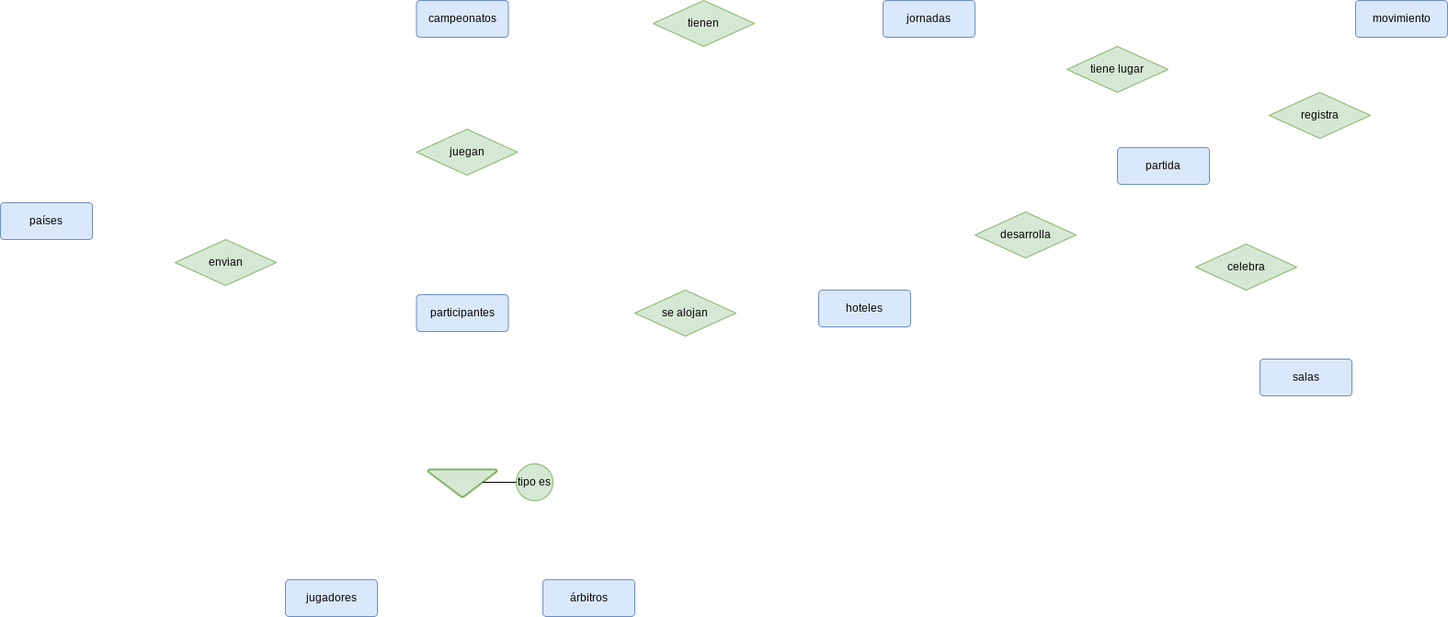
This is Unidad-1/Tareas./Tarea-9 (diagramas)/Club de ajedrez.drawio.png from mdiogc/base-datos, a draw.io export, as it was before one commit. Source tidied: cells renumbered, new cells last; positions are measured from the earlier drawing's top-left corner, leaving out a move shared by most shapes. The source it was exported from:
```xml
<mxGraphModel>
  <root>
    <mxCell id="0" />
    <mxCell id="1" parent="0" />
    <mxCell id="2" value="países" style="rounded=1;arcSize=10;whiteSpace=wrap;html=1;align=center;fillColor=#dae8fc;strokeColor=#6c8ebf;" parent="1" vertex="1">
      <mxGeometry y="220" width="100" height="40" as="geometry" />
    </mxCell>
    <mxCell id="3" value="envian" style="shape=rhombus;perimeter=rhombusPerimeter;whiteSpace=wrap;html=1;align=center;fillColor=#d5e8d4;strokeColor=#82b366;" parent="1" vertex="1">
      <mxGeometry x="190" y="260" width="110" height="50" as="geometry" />
    </mxCell>
    <mxCell id="4" value="jugadores" style="rounded=1;arcSize=10;whiteSpace=wrap;html=1;align=center;fillColor=#dae8fc;strokeColor=#6c8ebf;" parent="1" vertex="1">
      <mxGeometry x="310" y="630" width="100" height="40" as="geometry" />
    </mxCell>
    <mxCell id="5" value="árbitros" style="rounded=1;arcSize=10;whiteSpace=wrap;html=1;align=center;fillColor=#dae8fc;strokeColor=#6c8ebf;" parent="1" vertex="1">
      <mxGeometry x="590" y="630" width="100" height="40" as="geometry" />
    </mxCell>
    <mxCell id="6" value="campeonatos" style="rounded=1;arcSize=10;whiteSpace=wrap;html=1;align=center;fillColor=#dae8fc;strokeColor=#6c8ebf;" parent="1" vertex="1">
      <mxGeometry x="452.5" width="100" height="40" as="geometry" />
    </mxCell>
    <mxCell id="7" style="strokeWidth=2;html=1;shape=mxgraph.flowchart.merge_or_storage;whiteSpace=wrap;fillColor=#d5e8d4;strokeColor=#82b366;" parent="1" vertex="1">
      <mxGeometry x="465" y="510" width="75" height="30" as="geometry" />
    </mxCell>
    <mxCell id="8" value="tipo es" style="ellipse;whiteSpace=wrap;html=1;fillColor=#d5e8d4;strokeColor=#82b366;" parent="1" vertex="1">
      <mxGeometry x="561" y="504" width="40" height="40" as="geometry" />
    </mxCell>
    <mxCell id="9" style="edgeStyle=orthogonalEdgeStyle;rounded=0;jettySize=auto;html=1;exitX=0;exitY=0.5;exitDx=0;exitDy=0;entryX=0.795;entryY=0.483;entryDx=0;entryDy=0;entryPerimeter=0;endArrow=none;endFill=0;" parent="1" edge="1" source="8" target="7">
      <mxGeometry relative="1" as="geometry" />
    </mxCell>
    <mxCell id="10" value="participantes" style="rounded=1;arcSize=10;whiteSpace=wrap;html=1;align=center;fillColor=#dae8fc;strokeColor=#6c8ebf;" parent="1" vertex="1">
      <mxGeometry x="452.5" y="320" width="100" height="40" as="geometry" />
    </mxCell>
    <mxCell id="11" value="hoteles" style="rounded=1;arcSize=10;whiteSpace=wrap;html=1;align=center;fillColor=#dae8fc;strokeColor=#6c8ebf;" parent="1" vertex="1">
      <mxGeometry x="890" y="315" width="100" height="40" as="geometry" />
    </mxCell>
    <mxCell id="12" value="partida" style="rounded=1;arcSize=10;whiteSpace=wrap;html=1;align=center;fillColor=#dae8fc;strokeColor=#6c8ebf;" parent="1" vertex="1">
      <mxGeometry x="1215" y="160" width="100" height="40" as="geometry" />
    </mxCell>
    <mxCell id="13" value="salas" style="rounded=1;arcSize=10;whiteSpace=wrap;html=1;align=center;fillColor=#dae8fc;strokeColor=#6c8ebf;" parent="1" vertex="1">
      <mxGeometry x="1370" y="390" width="100" height="40" as="geometry" />
    </mxCell>
    <mxCell id="14" value="movimiento" style="rounded=1;arcSize=10;whiteSpace=wrap;html=1;align=center;fillColor=#dae8fc;strokeColor=#6c8ebf;" parent="1" vertex="1">
      <mxGeometry x="1474" width="100" height="40" as="geometry" />
    </mxCell>
    <mxCell id="15" value="jornadas" style="rounded=1;arcSize=10;whiteSpace=wrap;html=1;align=center;fillColor=#dae8fc;strokeColor=#6c8ebf;" parent="1" vertex="1">
      <mxGeometry x="960" width="100" height="40" as="geometry" />
    </mxCell>
    <mxCell id="16" value="juegan" style="shape=rhombus;perimeter=rhombusPerimeter;whiteSpace=wrap;html=1;align=center;fillColor=#d5e8d4;strokeColor=#82b366;" parent="1" vertex="1">
      <mxGeometry x="452.5" y="140" width="110" height="50" as="geometry" />
    </mxCell>
    <mxCell id="17" value="tienen" style="shape=rhombus;perimeter=rhombusPerimeter;whiteSpace=wrap;html=1;align=center;fillColor=#d5e8d4;strokeColor=#82b366;" parent="1" vertex="1">
      <mxGeometry x="710" width="110" height="50" as="geometry" />
    </mxCell>
    <mxCell id="18" value="se alojan" style="shape=rhombus;perimeter=rhombusPerimeter;whiteSpace=wrap;html=1;align=center;fillColor=#d5e8d4;strokeColor=#82b366;" parent="1" vertex="1">
      <mxGeometry x="690" y="315" width="110" height="50" as="geometry" />
    </mxCell>
    <mxCell id="19" value="desarrolla" style="shape=rhombus;perimeter=rhombusPerimeter;whiteSpace=wrap;html=1;align=center;fillColor=#d5e8d4;strokeColor=#82b366;" parent="1" vertex="1">
      <mxGeometry x="1060" y="230" width="110" height="50" as="geometry" />
    </mxCell>
    <mxCell id="20" value="tiene lugar" style="shape=rhombus;perimeter=rhombusPerimeter;whiteSpace=wrap;html=1;align=center;fillColor=#d5e8d4;strokeColor=#82b366;" parent="1" vertex="1">
      <mxGeometry x="1160" y="50" width="110" height="50" as="geometry" />
    </mxCell>
    <mxCell id="21" value="celebra" style="shape=rhombus;perimeter=rhombusPerimeter;whiteSpace=wrap;html=1;align=center;fillColor=#d5e8d4;strokeColor=#82b366;" parent="1" vertex="1">
      <mxGeometry x="1300" y="265" width="110" height="50" as="geometry" />
    </mxCell>
    <mxCell id="22" value="registra" style="shape=rhombus;perimeter=rhombusPerimeter;whiteSpace=wrap;html=1;align=center;fillColor=#d5e8d4;strokeColor=#82b366;" parent="1" vertex="1">
      <mxGeometry x="1380" y="100" width="110" height="50" as="geometry" />
    </mxCell>
  </root>
</mxGraphModel>
```
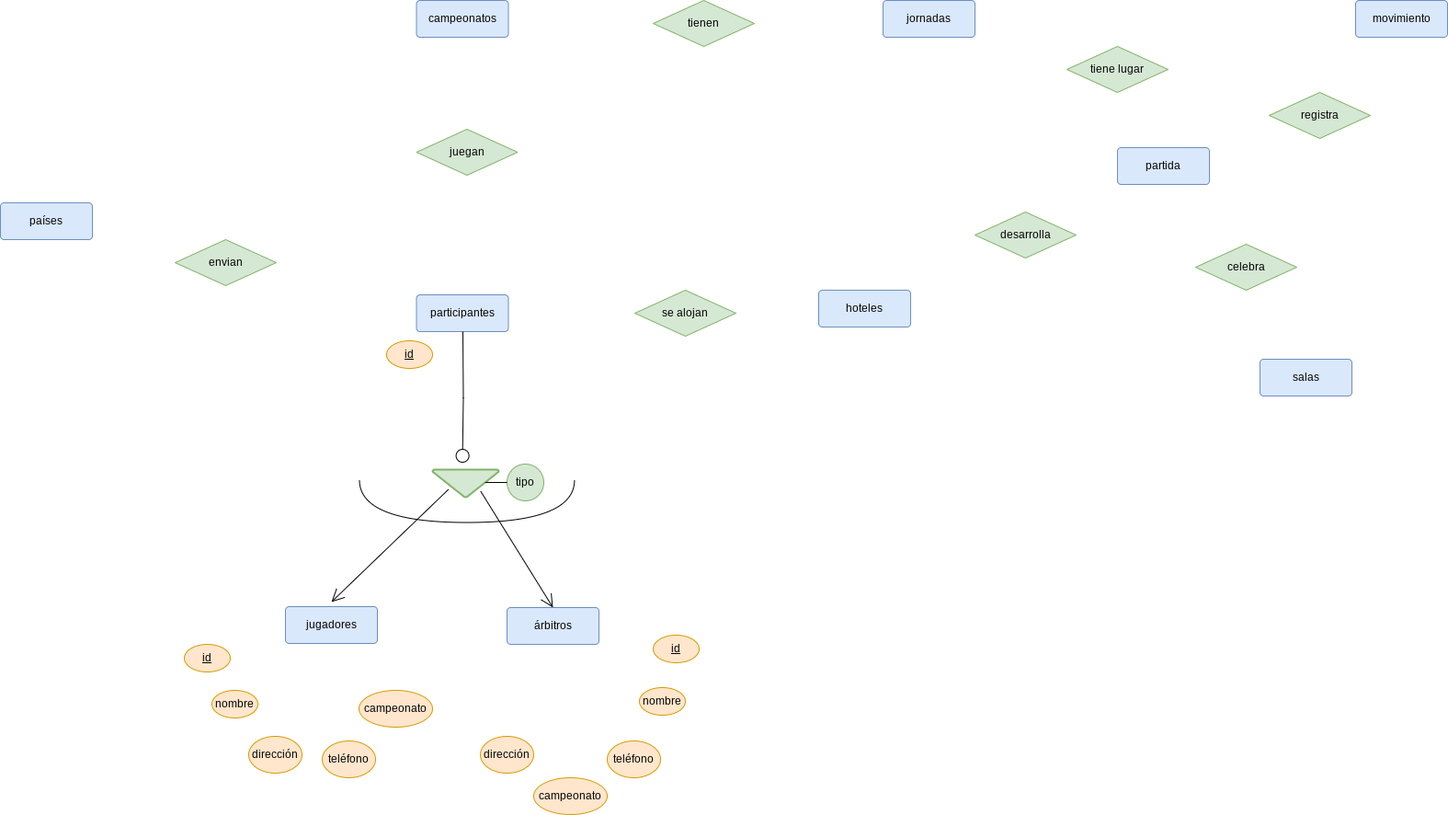
After the change.

Diff of the diagram source:
```diff
@@ -9,19 +9,19 @@
       <mxGeometry x="190" y="260" width="110" height="50" as="geometry" />
     </mxCell>
     <mxCell id="4" value="jugadores" style="rounded=1;arcSize=10;whiteSpace=wrap;html=1;align=center;fillColor=#dae8fc;strokeColor=#6c8ebf;" parent="1" vertex="1">
-      <mxGeometry x="310" y="630" width="100" height="40" as="geometry" />
+      <mxGeometry x="310" y="659" width="100" height="40" as="geometry" />
     </mxCell>
     <mxCell id="5" value="árbitros" style="rounded=1;arcSize=10;whiteSpace=wrap;html=1;align=center;fillColor=#dae8fc;strokeColor=#6c8ebf;" parent="1" vertex="1">
-      <mxGeometry x="590" y="630" width="100" height="40" as="geometry" />
+      <mxGeometry x="551" y="660" width="100" height="40" as="geometry" />
     </mxCell>
     <mxCell id="6" value="campeonatos" style="rounded=1;arcSize=10;whiteSpace=wrap;html=1;align=center;fillColor=#dae8fc;strokeColor=#6c8ebf;" parent="1" vertex="1">
       <mxGeometry x="452.5" width="100" height="40" as="geometry" />
     </mxCell>
     <mxCell id="7" style="strokeWidth=2;html=1;shape=mxgraph.flowchart.merge_or_storage;whiteSpace=wrap;fillColor=#d5e8d4;strokeColor=#82b366;" parent="1" vertex="1">
-      <mxGeometry x="465" y="510" width="75" height="30" as="geometry" />
+      <mxGeometry x="470" y="510" width="72" height="30" as="geometry" />
     </mxCell>
-    <mxCell id="8" value="tipo es" style="ellipse;whiteSpace=wrap;html=1;fillColor=#d5e8d4;strokeColor=#82b366;" parent="1" vertex="1">
-      <mxGeometry x="561" y="504" width="40" height="40" as="geometry" />
+    <mxCell id="8" value="tipo" style="ellipse;whiteSpace=wrap;html=1;fillColor=#d5e8d4;strokeColor=#82b366;" parent="1" vertex="1">
+      <mxGeometry x="551" y="504" width="40" height="40" as="geometry" />
     </mxCell>
     <mxCell id="9" style="edgeStyle=orthogonalEdgeStyle;rounded=0;jettySize=auto;html=1;exitX=0;exitY=0.5;exitDx=0;exitDy=0;entryX=0.795;entryY=0.483;entryDx=0;entryDy=0;entryPerimeter=0;endArrow=none;endFill=0;" parent="1" edge="1" source="8" target="7">
       <mxGeometry relative="1" as="geometry" />
@@ -65,5 +65,55 @@
     <mxCell id="22" value="registra" style="shape=rhombus;perimeter=rhombusPerimeter;whiteSpace=wrap;html=1;align=center;fillColor=#d5e8d4;strokeColor=#82b366;" parent="1" vertex="1">
       <mxGeometry x="1380" y="100" width="110" height="50" as="geometry" />
     </mxCell>
+    <mxCell id="23" style="edgeStyle=orthogonalEdgeStyle;rounded=0;orthogonalLoop=1;jettySize=auto;html=1;entryX=0.5;entryY=0;entryDx=0;entryDy=0;entryPerimeter=0;endArrow=circle;endFill=0;" parent="1" edge="1">
+      <mxGeometry relative="1" as="geometry">
+        <mxPoint x="503" y="360" as="sourcePoint" />
+        <mxPoint x="502.5" y="503" as="targetPoint" />
+      </mxGeometry>
+    </mxCell>
+    <mxCell id="24" style="shape=requiredInterface;html=1;verticalLabelPosition=bottom;sketch=0;rotation=90;" parent="1" vertex="1">
+      <mxGeometry x="484.4" y="427.5" width="46.1" height="233.9" as="geometry" />
+    </mxCell>
+    <mxCell id="25" style="endArrow=open;endFill=1;endSize=12;html=1;rounded=0;exitX=0.239;exitY=0.722;exitDx=0;exitDy=0;exitPerimeter=0;entryX=0.5;entryY=0;entryDx=0;entryDy=0;" parent="1" edge="1" source="7">
+      <mxGeometry relative="1" as="geometry">
+        <mxPoint x="360" y="654" as="targetPoint" />
+      </mxGeometry>
+    </mxCell>
+    <mxCell id="26" style="endArrow=open;endFill=1;endSize=12;html=1;rounded=0;exitX=0.727;exitY=0.786;exitDx=0;exitDy=0;exitPerimeter=0;entryX=0.5;entryY=0;entryDx=0;entryDy=0;" parent="1" edge="1" source="7" target="5">
+      <mxGeometry relative="1" as="geometry" />
+    </mxCell>
+    <mxCell id="27" value="&lt;u&gt;id&lt;/u&gt;" style="ellipse;whiteSpace=wrap;html=1;align=center;fillColor=#ffe6cc;strokeColor=#d79b00;" parent="1" vertex="1">
+      <mxGeometry x="200" y="700" width="50" height="30" as="geometry" />
+    </mxCell>
+    <mxCell id="28" value="&lt;u&gt;id&lt;/u&gt;" style="ellipse;whiteSpace=wrap;html=1;align=center;fillColor=#ffe6cc;strokeColor=#d79b00;" parent="1" vertex="1">
+      <mxGeometry x="710" y="690" width="50" height="30" as="geometry" />
+    </mxCell>
+    <mxCell id="29" value="nombre" style="ellipse;whiteSpace=wrap;html=1;align=center;fillColor=#ffe6cc;strokeColor=#d79b00;" parent="1" vertex="1">
+      <mxGeometry x="230" y="750" width="50" height="30" as="geometry" />
+    </mxCell>
+    <mxCell id="30" value="nombre" style="ellipse;whiteSpace=wrap;html=1;align=center;fillColor=#ffe6cc;strokeColor=#d79b00;" parent="1" vertex="1">
+      <mxGeometry x="695" y="747" width="50" height="30" as="geometry" />
+    </mxCell>
+    <mxCell id="31" value="dirección" style="ellipse;whiteSpace=wrap;html=1;align=center;fillColor=#ffe6cc;strokeColor=#d79b00;" parent="1" vertex="1">
+      <mxGeometry x="270" y="800" width="58" height="40" as="geometry" />
+    </mxCell>
+    <mxCell id="32" value="dirección" style="ellipse;whiteSpace=wrap;html=1;align=center;fillColor=#ffe6cc;strokeColor=#d79b00;" parent="1" vertex="1">
+      <mxGeometry x="522" y="800" width="58" height="40" as="geometry" />
+    </mxCell>
+    <mxCell id="33" value="teléfono" style="ellipse;whiteSpace=wrap;html=1;align=center;fillColor=#ffe6cc;strokeColor=#d79b00;" parent="1" vertex="1">
+      <mxGeometry x="350" y="805" width="58" height="40" as="geometry" />
+    </mxCell>
+    <mxCell id="34" value="teléfono" style="ellipse;whiteSpace=wrap;html=1;align=center;fillColor=#ffe6cc;strokeColor=#d79b00;" parent="1" vertex="1">
+      <mxGeometry x="660" y="805" width="58" height="40" as="geometry" />
+    </mxCell>
+    <mxCell id="35" value="campeonato" style="ellipse;whiteSpace=wrap;html=1;align=center;fillColor=#ffe6cc;strokeColor=#d79b00;" parent="1" vertex="1">
+      <mxGeometry x="390" y="750" width="80" height="40" as="geometry" />
+    </mxCell>
+    <mxCell id="36" value="campeonato" style="ellipse;whiteSpace=wrap;html=1;align=center;fillColor=#ffe6cc;strokeColor=#d79b00;" parent="1" vertex="1">
+      <mxGeometry x="580" y="845" width="80" height="40" as="geometry" />
+    </mxCell>
+    <mxCell id="37" value="&lt;u&gt;id&lt;/u&gt;" style="ellipse;whiteSpace=wrap;html=1;align=center;fillColor=#ffe6cc;strokeColor=#d79b00;" parent="1" vertex="1">
+      <mxGeometry x="420" y="370" width="50" height="30" as="geometry" />
+    </mxCell>
   </root>
 </mxGraphModel>
```
